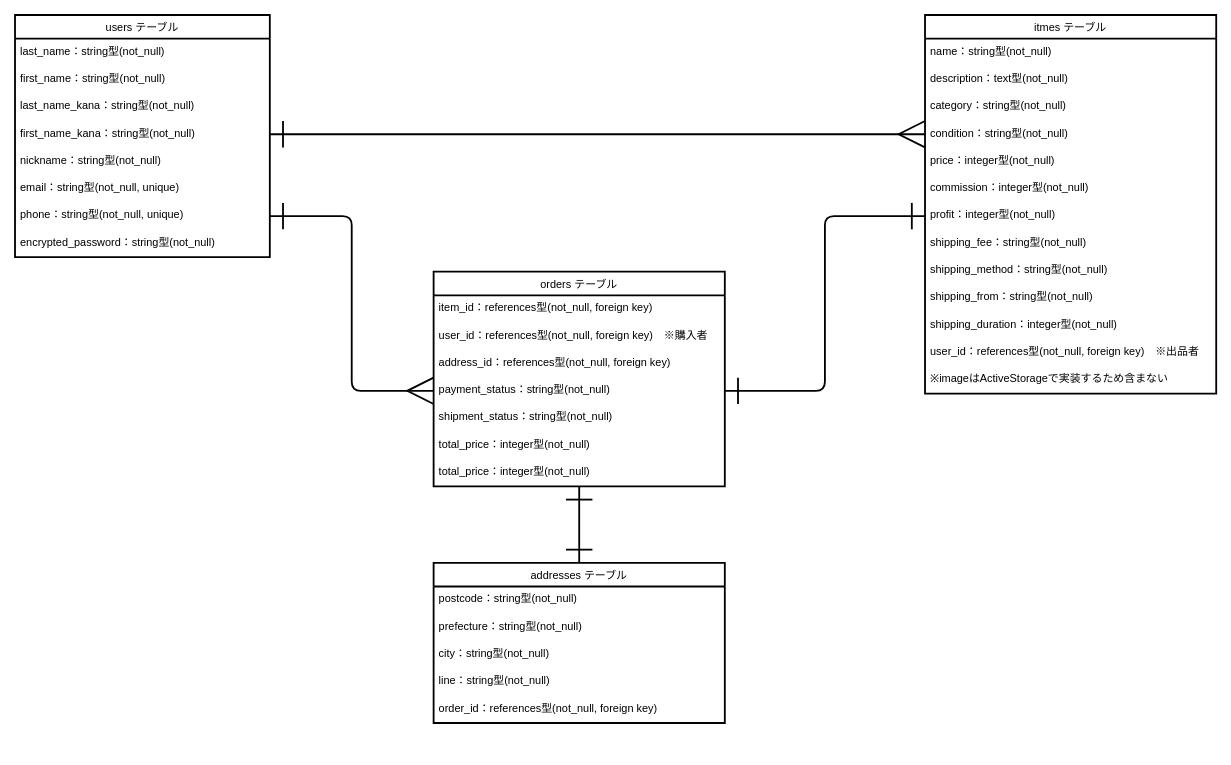
Before: furimaER.dio in sssan-tech/furima-41472, a draw.io diagram. Source tidied: cells renumbered, new cells numbered last; positions are measured from the earlier drawing's top-left corner, leaving out a move shared by most shapes. Both pictures are drawn from the tidied source at 91%, with x=0, y=0 at pixel (15, 15).
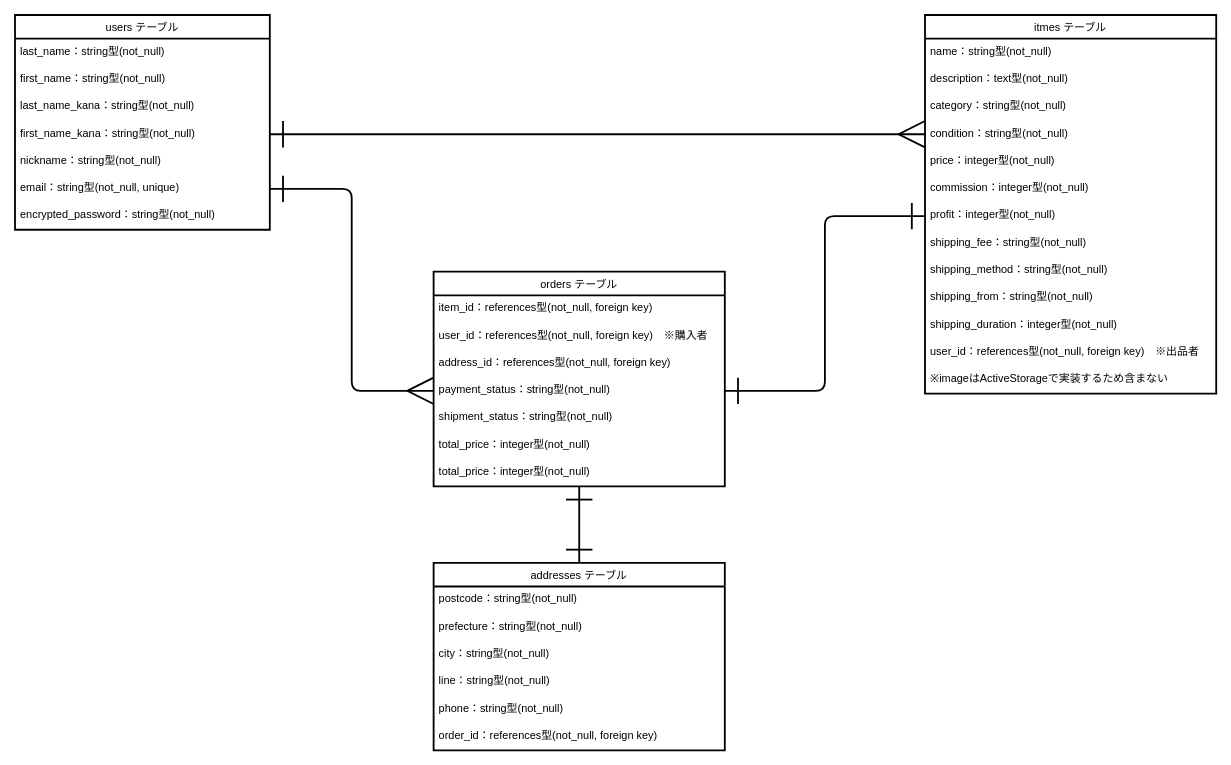
The same diagram, later.

Commit message (it also covers changes not shown here):
電話番号カラムの移動と一意制約の見直し

The change refers to these unchanged cells:
```xml
<mxCell id="8" value="email：string型(not_null, unique)" style="text;spacingLeft=4;spacingRight=4;overflow=hidden;points=[[0,0.5],[1,0.5]];portConstraint=eastwest;fontSize=12;labelBackgroundColor=none;labelBorderColor=none;strokeWidth=2;" parent="2" vertex="1">
  <mxGeometry y="176" width="280" height="30" as="geometry" />
</mxCell>
<mxCell id="29" value="payment_status：string型(not_null)" style="text;spacingLeft=4;spacingRight=4;overflow=hidden;points=[[0,0.5],[1,0.5]];portConstraint=eastwest;fontSize=12;labelBackgroundColor=none;labelBorderColor=none;strokeWidth=2;" parent="25" vertex="1">
  <mxGeometry y="116" width="320" height="30" as="geometry" />
</mxCell>
```

Change to the diagram source:
```diff
@@
     <mxCell id="2" value="users テーブル" style="swimlane;fontStyle=0;horizontal=1;startSize=26;align=center;fontSize=12;labelBackgroundColor=none;labelBorderColor=none;strokeWidth=2;swimlaneFillColor=default;" parent="1" vertex="1">
-      <mxGeometry width="280" height="266" as="geometry" />
+      <mxGeometry width="280" height="236" as="geometry" />
     </mxCell>
@@
-    <mxCell id="9" value="phone：string型(not_null, unique)" style="text;spacingLeft=4;spacingRight=4;overflow=hidden;points=[[0,0.5],[1,0.5]];portConstraint=eastwest;fontSize=12;labelBackgroundColor=none;labelBorderColor=none;strokeWidth=2;" parent="2" vertex="1">
-      <mxGeometry y="206" width="280" height="30" as="geometry" />
-    </mxCell>
     <mxCell id="10" value="encrypted_password：string型(not_null)" style="text;spacingLeft=4;spacingRight=4;overflow=hidden;fontSize=12;labelBackgroundColor=none;labelBorderColor=none;strokeWidth=2;" parent="2" vertex="1">
-      <mxGeometry y="236" width="280" height="30" as="geometry" />
+      <mxGeometry y="206" width="280" height="30" as="geometry" />
     </mxCell>
@@
     <mxCell id="34" value="addresses テーブル" style="swimlane;fontStyle=0;horizontal=1;startSize=26;align=center;fontSize=12;labelBackgroundColor=none;labelBorderColor=none;strokeWidth=2;swimlaneFillColor=default;" parent="1" vertex="1">
-      <mxGeometry x="460" y="602" width="320" height="176" as="geometry" />
+      <mxGeometry x="460" y="602" width="320" height="206" as="geometry" />
     </mxCell>
@@
+    <mxCell id="9" value="phone：string型(not_null)" style="text;spacingLeft=4;spacingRight=4;overflow=hidden;points=[[0,0.5],[1,0.5]];portConstraint=eastwest;fontSize=12;labelBackgroundColor=none;labelBorderColor=none;strokeWidth=2;" parent="34" vertex="1">
+      <mxGeometry y="146" width="320" height="30" as="geometry" />
+    </mxCell>
     <mxCell id="39" value="order_id：references型(not_null, foreign key)&#10;" style="text;spacingLeft=4;spacingRight=4;overflow=hidden;fontSize=12;labelBackgroundColor=none;labelBorderColor=none;strokeWidth=2;" parent="34" vertex="1">
-      <mxGeometry y="146" width="320" height="30" as="geometry" />
+      <mxGeometry y="176" width="320" height="30" as="geometry" />
     </mxCell>
@@
-    <mxCell id="42" style="edgeStyle=orthogonalEdgeStyle;exitX=0;exitY=0.5;exitDx=0;exitDy=0;entryX=1;entryY=0.5;entryDx=0;entryDy=0;startArrow=ERmany;startFill=0;endArrow=ERone;endFill=0;startSize=26;endSize=26;elbow=vertical;labelBackgroundColor=none;labelBorderColor=none;fontSize=12;fontColor=default;strokeWidth=2;" parent="1" edge="1" source="29" target="9">
+    <mxCell id="42" style="edgeStyle=orthogonalEdgeStyle;exitX=0;exitY=0.5;exitDx=0;exitDy=0;entryX=1;entryY=0.5;entryDx=0;entryDy=0;startArrow=ERmany;startFill=0;endArrow=ERone;endFill=0;startSize=26;endSize=26;elbow=vertical;labelBackgroundColor=none;labelBorderColor=none;fontSize=12;fontColor=default;strokeWidth=2;" parent="1" edge="1" source="29" target="8">
       <mxGeometry relative="1" as="geometry" />
     </mxCell>
```
